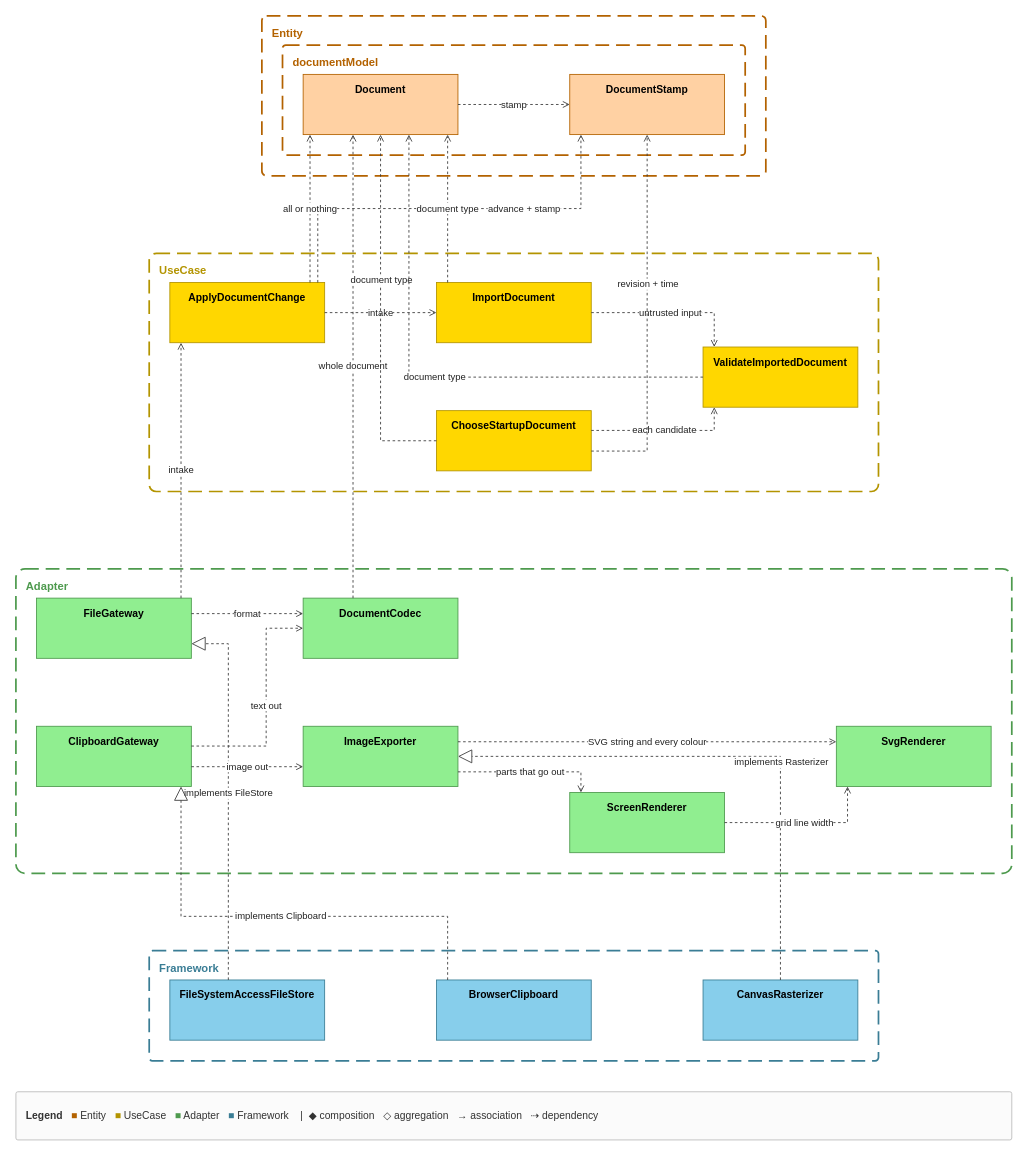
Earlier version of the draw.io diagram docs/spec/_source/view-io.drawio (GoodRelax/gr-scheduler). Source tidied: cells renumbered, new cells numbered last; positions are measured from the earlier drawing's top-left corner, leaving out a move shared by most shapes. Both pictures are drawn from the tidied source at 86%, with x=0, y=0 at pixel (15, 15).
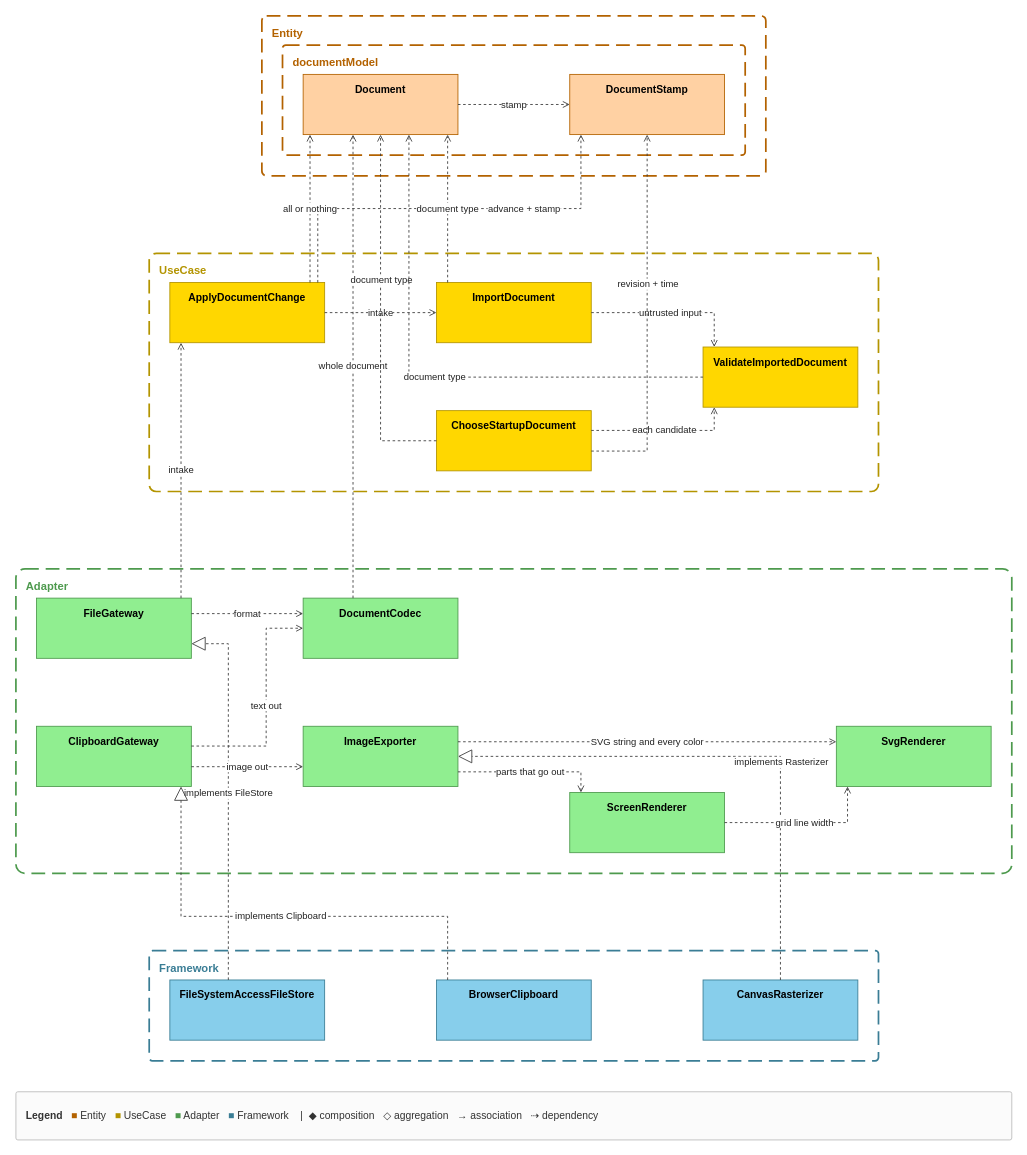
Above is the later version.

Unchanged cells that the change refers to:
```xml
<mxCell id="10" value="&lt;b&gt;SvgRenderer&lt;/b&gt;" style="rounded=0;whiteSpace=wrap;html=1;verticalAlign=top;spacingTop=4;fillColor=#90EE90;strokeColor=#4E9A4E;" parent="1" vertex="1">
  <mxGeometry x="954" y="826" width="180" height="70" as="geometry" />
</mxCell>
<mxCell id="12" value="&lt;b&gt;ImageExporter&lt;/b&gt;" style="rounded=0;whiteSpace=wrap;html=1;verticalAlign=top;spacingTop=4;fillColor=#90EE90;strokeColor=#4E9A4E;" parent="1" vertex="1">
  <mxGeometry x="334" y="826" width="180" height="70" as="geometry" />
</mxCell>
```

What changed in the source:
```diff
@@
-    <mxCell id="27" value="SVG string and every colour" style="edgeStyle=orthogonalEdgeStyle;rounded=0;html=1;strokeColor=#3A3A3A;fontSize=11;fontColor=#222222;labelBackgroundColor=#FFFFFF;endArrow=open;dashed=1;" parent="1" edge="1" source="12" target="10">
+    <mxCell id="27" value="SVG string and every color" style="edgeStyle=orthogonalEdgeStyle;rounded=0;html=1;strokeColor=#3A3A3A;fontSize=11;fontColor=#222222;labelBackgroundColor=#FFFFFF;endArrow=open;dashed=1;" parent="1" edge="1" source="12" target="10">
       <mxGeometry relative="1" as="geometry">
         <Array as="points">
           <mxPoint x="632" y="844" />
           <mxPoint x="836" y="844" />
         </Array>
       </mxGeometry>
     </mxCell>
```
